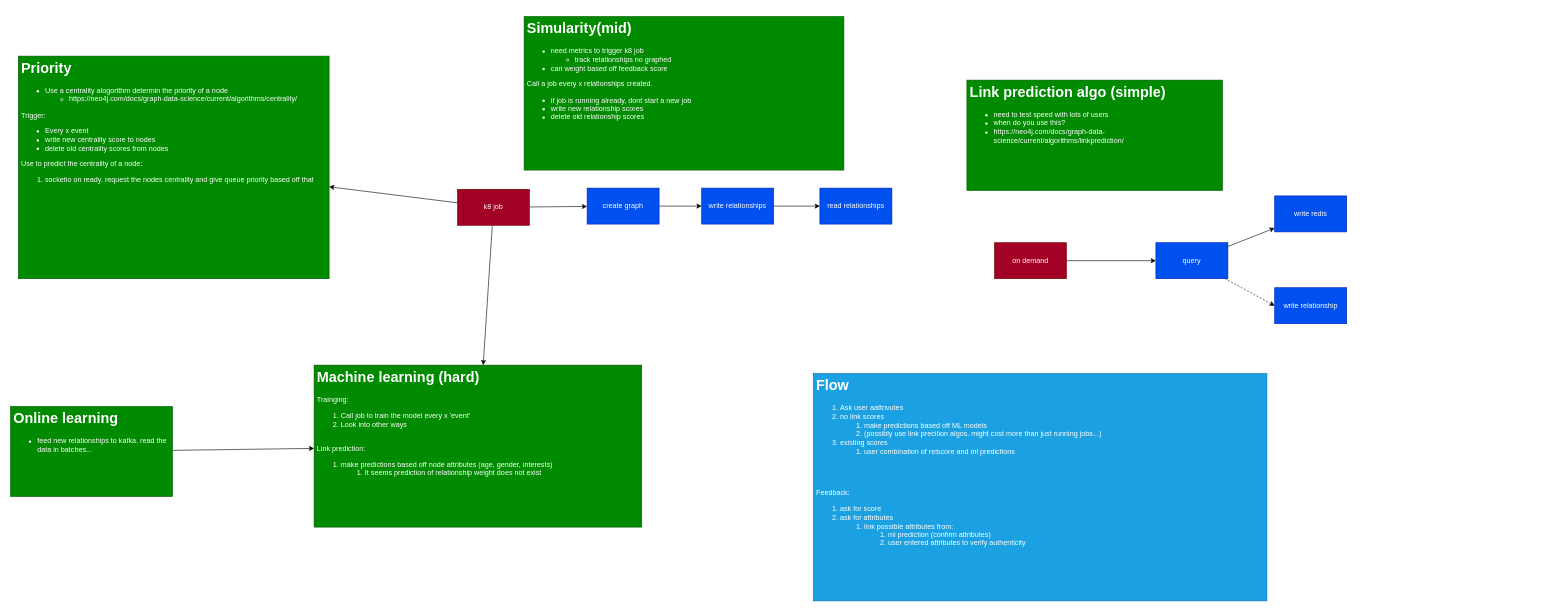
This is neo4j/score-prediction.drawio from andrew-delph/cloud-video-call, a draw.io file, before an edit. Source tidied: cells renumbered, new cells numbered last; positions are measured from the earlier drawing's top-left corner, leaving out a move shared by most shapes. Both pictures are drawn from the tidied source at 60%, with x=0, y=0 at pixel (10, 16).
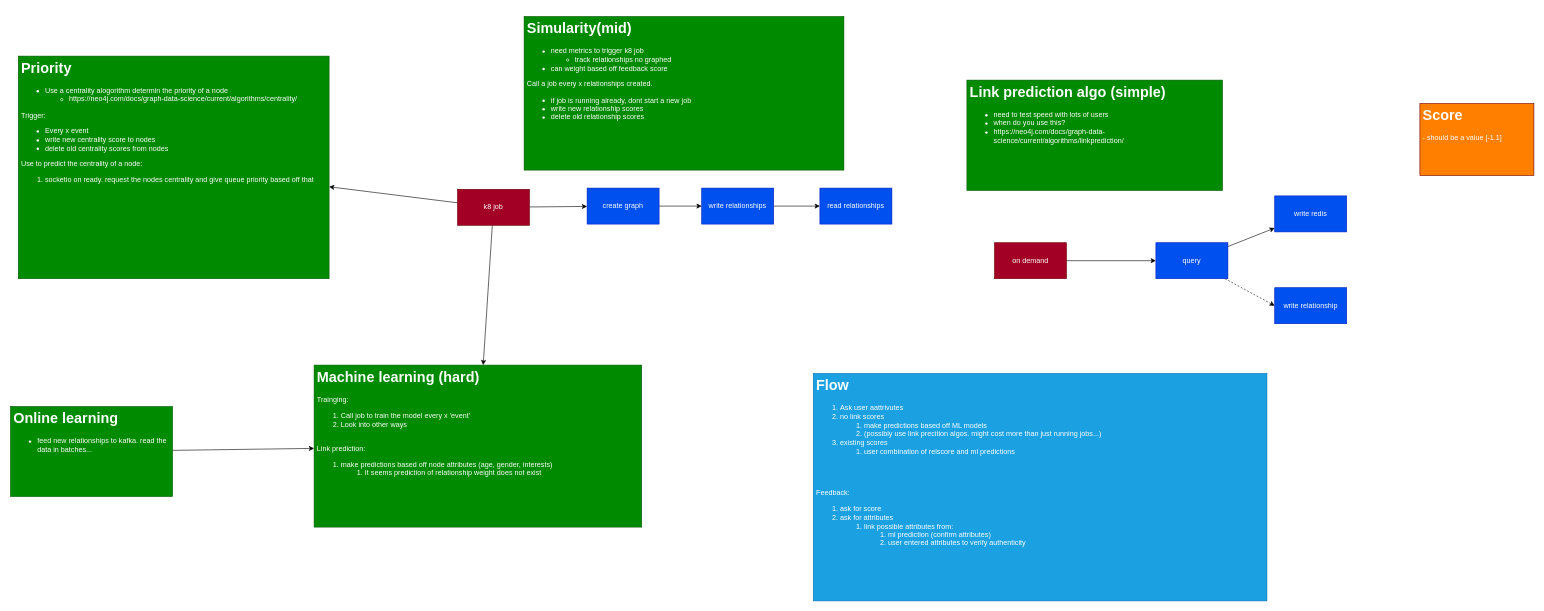
The same diagram, later.

Commit message:
score should be a value [-1,1]

Diff of the diagram source:
```diff
@@
+    <mxCell id="25" value="&lt;h1&gt;Score&lt;/h1&gt;&lt;p&gt;- should be a value [-1.1]&lt;/p&gt;" style="text;html=1;strokeColor=#6F0000;fillColor=#FF8000;spacing=5;spacingTop=-20;whiteSpace=wrap;overflow=hidden;rounded=0;fontColor=#ffffff;" parent="1" vertex="1">
+      <mxGeometry x="2349" y="145" width="190" height="120" as="geometry" />
+    </mxCell>
```
